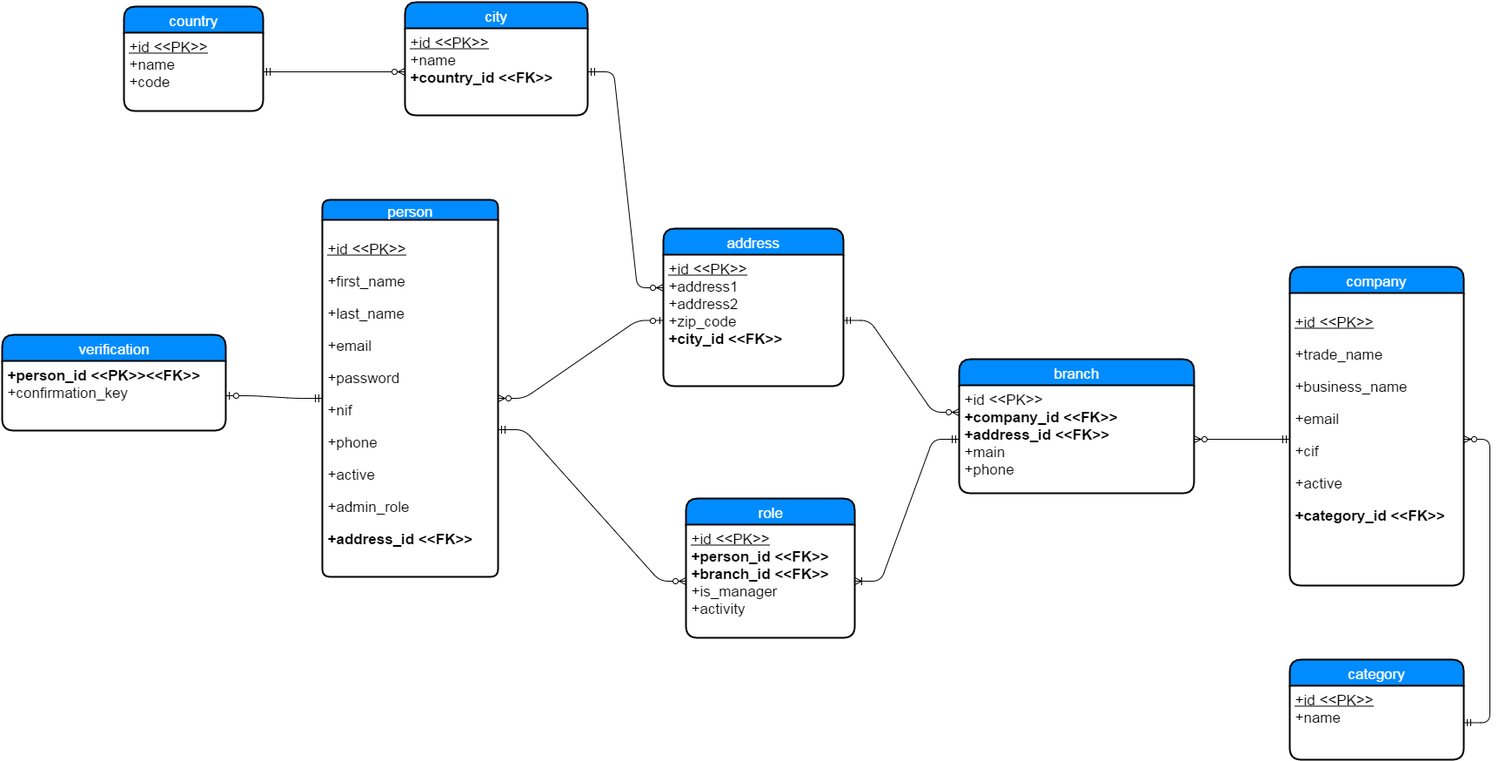
Earlier version of the draw.io export project_documentation/database/Entity-Relation Diagram.png (malkomich/busy). Source tidied: cells renumbered, new cells last; positions are measured from the earlier drawing's top-left corner, leaving out a move shared by most shapes.
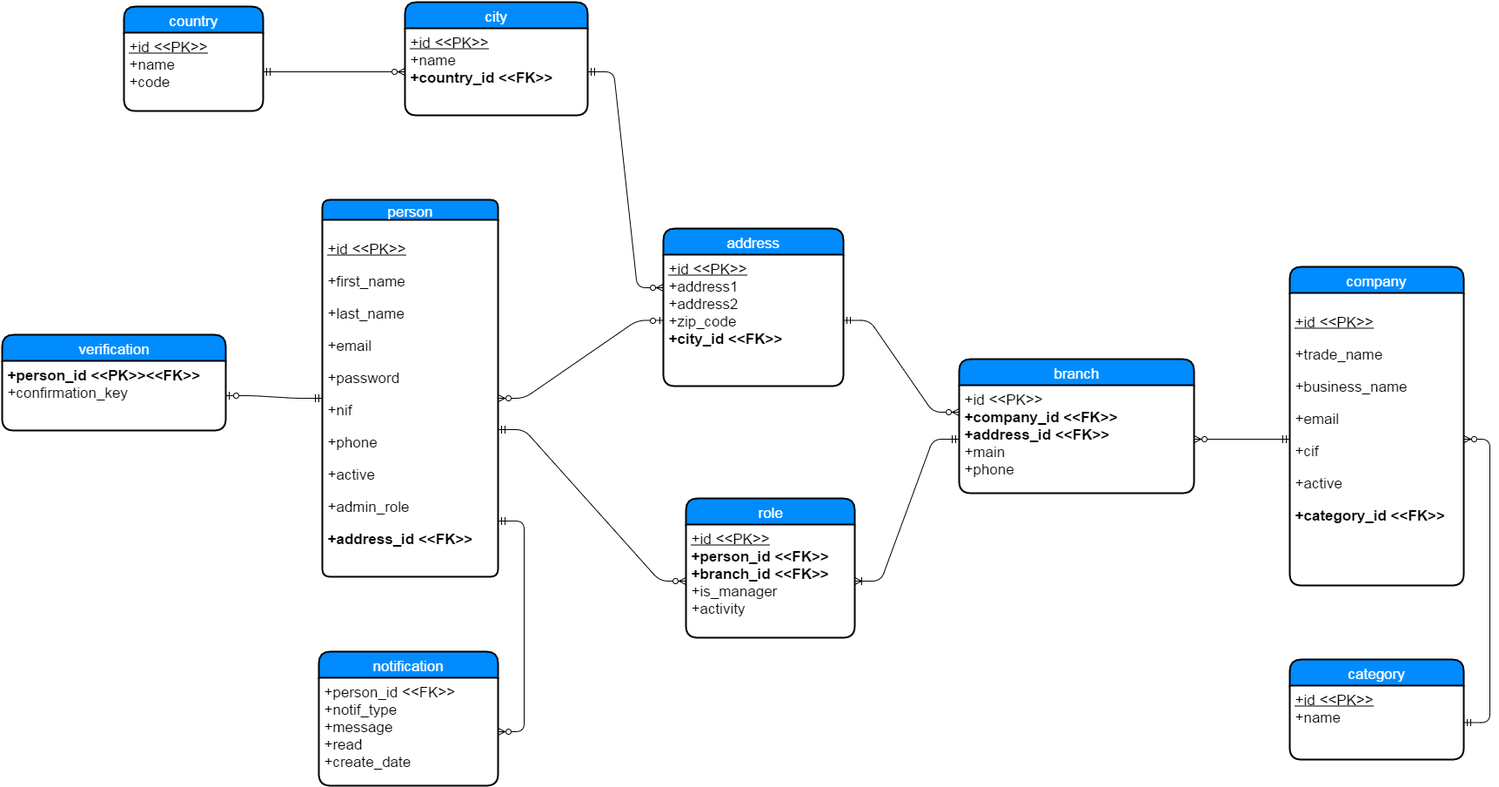
The same diagram one commit later.

Commit message:
New notification model in the database

What changed in the source:
```diff
@@ -83,5 +83,14 @@
     <mxCell id="28" value="&lt;u&gt;+id &amp;lt;&amp;lt;PK&amp;gt;&amp;gt;&lt;/u&gt;&lt;div&gt;+name&lt;/div&gt;&lt;div&gt;&lt;b&gt;+country_id &amp;lt;&amp;lt;FK&amp;gt;&amp;gt;&lt;/b&gt;&lt;/div&gt;&lt;div&gt;&lt;br&gt;&lt;/div&gt;" style="whiteSpace=wrap;html=1;align=left;strokeColor=none;fillColor=none;spacingLeft=4;fontSize=17;verticalAlign=top;" parent="27" vertex="1">
       <mxGeometry y="30" width="210" height="100" as="geometry" />
     </mxCell>
+    <mxCell id="29" value="notification" style="swimlane;html=1;horizontal=1;startSize=30;fillColor=#008cff;fontColor=#FFFFFF;rounded=1;fontSize=17;fontStyle=0;strokeWidth=2;shadow=0;dashed=0;align=center;" parent="1" vertex="1">
+      <mxGeometry x="364" y="746" width="206" height="154" as="geometry" />
+    </mxCell>
+    <mxCell id="30" value="+person_id &amp;lt;&amp;lt;FK&amp;gt;&amp;gt;&lt;div&gt;+notif_type&lt;br&gt;&lt;div&gt;+message&lt;/div&gt;&lt;div&gt;+read&lt;/div&gt;&lt;div&gt;+create_date&lt;/div&gt;&lt;/div&gt;" style="whiteSpace=wrap;html=1;align=left;strokeColor=none;fillColor=none;spacingLeft=4;fontSize=17;verticalAlign=top;" parent="29" vertex="1">
+      <mxGeometry y="30" width="206" height="124" as="geometry" />
+    </mxCell>
+    <mxCell id="31" style="edgeStyle=entityRelationEdgeStyle;html=1;endArrow=ERzeroToMany;startArrow=ERmandOne;exitX=1;exitY=0.844;exitPerimeter=0;" parent="1" edge="1" source="4" target="30">
+      <mxGeometry relative="1" as="geometry" />
+    </mxCell>
   </root>
 </mxGraphModel>
```
